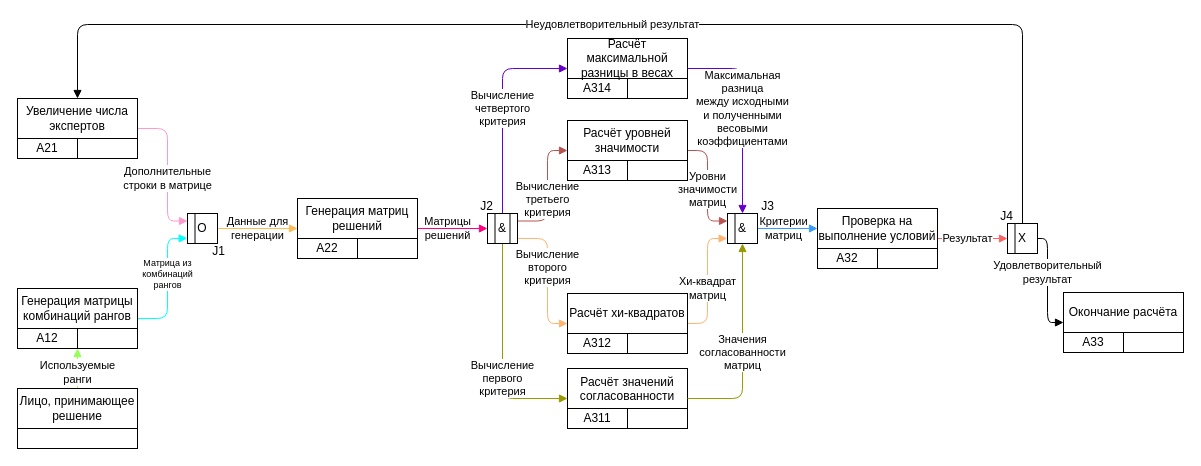
Earlier version of the draw.io diagram draw_io/IDEF3.drawio (Dimj1k/Works). Source tidied: cells renumbered, new cells numbered last; positions are measured from the earlier drawing's top-left corner, leaving out a move shared by most shapes. Both pictures are drawn from the tidied source at 100%, with x=0, y=0 at pixel (17, 24).
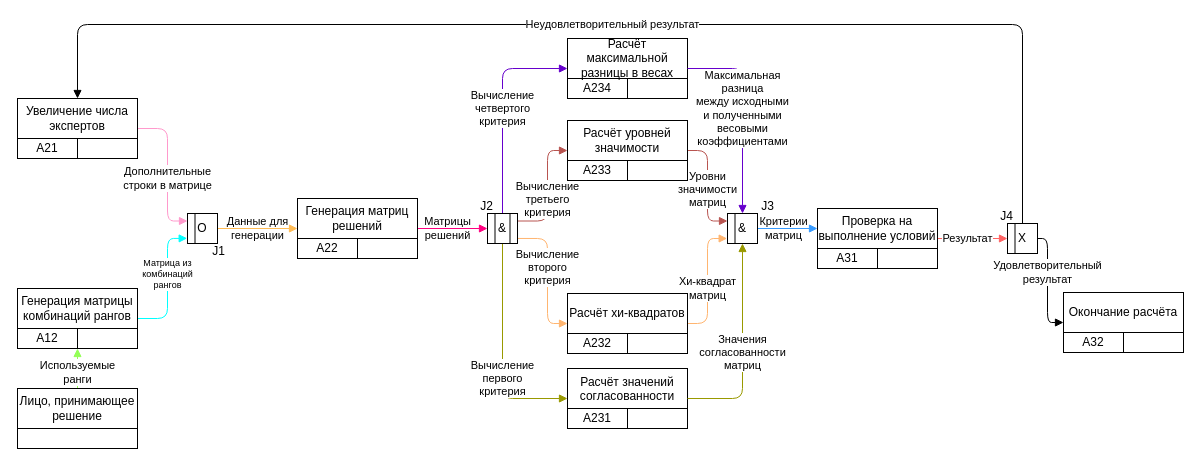
Above is the later version.

The change refers to these unchanged cells:
```xml
<mxCell id="30" style="group;" parent="1" vertex="1">
  <mxGeometry x="800" y="184" width="120" height="60" as="geometry" />
</mxCell>
<mxCell id="40" style="group;" parent="1" vertex="1">
  <mxGeometry x="1046" y="268" width="120" height="60" as="geometry" />
</mxCell>
<mxCell id="57" style="group;" parent="1" vertex="1">
  <mxGeometry x="550" y="344" width="120" height="60" as="geometry" />
</mxCell>
<mxCell id="70" style="group;" parent="1" vertex="1">
  <mxGeometry x="550" y="269" width="120" height="60" as="geometry" />
</mxCell>
<mxCell id="76" style="group;" parent="1" vertex="1">
  <mxGeometry x="550" y="96" width="120" height="60" as="geometry" />
</mxCell>
<mxCell id="82" style="group;" parent="1" vertex="1">
  <mxGeometry x="550" y="14" width="120" height="60" as="geometry" />
</mxCell>
```

Change to the diagram source:
```diff
@@
-    <mxCell id="34" value="А32" style="text;html=1;strokeColor=none;fillColor=none;align=center;verticalAlign=middle;whiteSpace=wrap;rounded=0;" parent="30" vertex="1">
+    <mxCell id="34" value="А31" style="text;html=1;strokeColor=none;fillColor=none;align=center;verticalAlign=middle;whiteSpace=wrap;rounded=0;" parent="30" vertex="1">
       <mxGeometry y="40" width="60" height="20" as="geometry" />
     </mxCell>
@@
-    <mxCell id="44" value="А33" style="text;html=1;strokeColor=none;fillColor=none;align=center;verticalAlign=middle;whiteSpace=wrap;rounded=0;" parent="40" vertex="1">
+    <mxCell id="44" value="А32" style="text;html=1;strokeColor=none;fillColor=none;align=center;verticalAlign=middle;whiteSpace=wrap;rounded=0;" parent="40" vertex="1">
       <mxGeometry y="40" width="60" height="20" as="geometry" />
     </mxCell>
@@
-    <mxCell id="61" value="А311" style="text;html=1;strokeColor=none;fillColor=none;align=center;verticalAlign=middle;whiteSpace=wrap;rounded=0;" parent="57" vertex="1">
+    <mxCell id="61" value="А231" style="text;html=1;strokeColor=none;fillColor=none;align=center;verticalAlign=middle;whiteSpace=wrap;rounded=0;" parent="57" vertex="1">
       <mxGeometry y="40" width="60" height="20" as="geometry" />
     </mxCell>
@@
-    <mxCell id="74" value="А312" style="text;html=1;strokeColor=none;fillColor=none;align=center;verticalAlign=middle;whiteSpace=wrap;rounded=0;" parent="70" vertex="1">
+    <mxCell id="74" value="А232" style="text;html=1;strokeColor=none;fillColor=none;align=center;verticalAlign=middle;whiteSpace=wrap;rounded=0;" parent="70" vertex="1">
       <mxGeometry y="40" width="60" height="20" as="geometry" />
     </mxCell>
@@
-    <mxCell id="80" value="А313" style="text;html=1;strokeColor=none;fillColor=none;align=center;verticalAlign=middle;whiteSpace=wrap;rounded=0;" parent="76" vertex="1">
+    <mxCell id="80" value="А233" style="text;html=1;strokeColor=none;fillColor=none;align=center;verticalAlign=middle;whiteSpace=wrap;rounded=0;" parent="76" vertex="1">
       <mxGeometry y="40" width="60" height="20" as="geometry" />
     </mxCell>
@@
-    <mxCell id="86" value="А314" style="text;html=1;strokeColor=none;fillColor=none;align=center;verticalAlign=middle;whiteSpace=wrap;rounded=0;" parent="82" vertex="1">
+    <mxCell id="86" value="А234" style="text;html=1;strokeColor=none;fillColor=none;align=center;verticalAlign=middle;whiteSpace=wrap;rounded=0;" parent="82" vertex="1">
       <mxGeometry y="40" width="60" height="20" as="geometry" />
     </mxCell>
```
